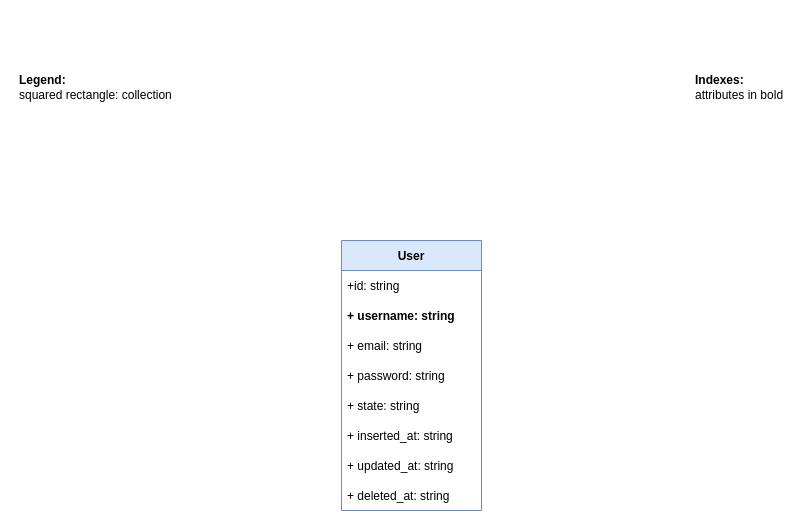
Before: napps/db_collections/assets/user_db.drawio.xml in kytos-ng/kytos-ng.github.io, a draw.io diagram. Source tidied: cells renumbered, new cells numbered last; positions are measured from the earlier drawing's top-left corner, leaving out a move shared by most shapes. Both pictures are drawn from the tidied source at 100%, with x=0, y=0 at pixel (17, 16).
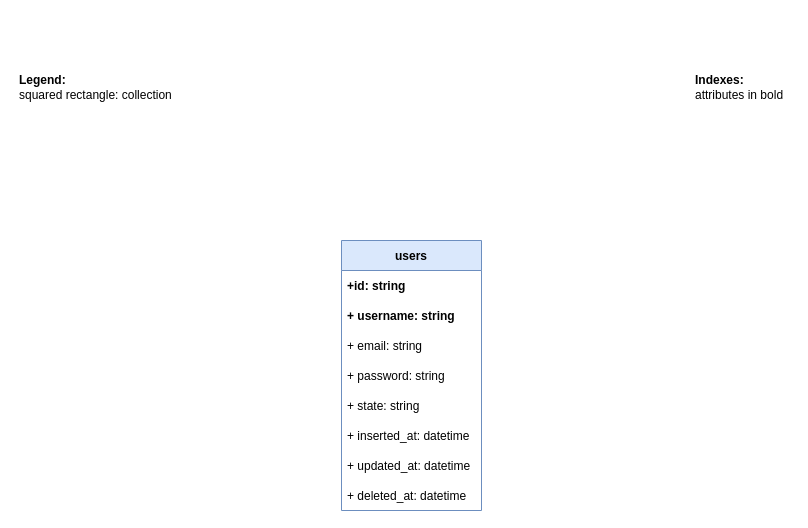
Above is the later version.

Diff of the diagram source:
```diff
@@
 <mxGraphModel>
   <root>
     <mxCell id="0" />
     <mxCell id="1" parent="0" />
-    <mxCell id="2" value="User" style="swimlane;fontStyle=1;horizontal=1;startSize=30;strokeColor=#6C8EBF;fillColor=#DAE8FC;" parent="1" vertex="1">
+    <mxCell id="2" value="users" style="swimlane;fontStyle=1;horizontal=1;startSize=30;strokeColor=#6C8EBF;fillColor=#DAE8FC;" parent="1" vertex="1">
       <mxGeometry x="324" y="224" width="140" height="270" as="geometry" />
     </mxCell>
-    <mxCell id="3" value="+id: string" style="text;strokeColor=none;fillColor=none;align=left;verticalAlign=middle;spacingLeft=4;spacingRight=4;overflow=hidden;fontStyle=0;" parent="2" vertex="1">
+    <mxCell id="3" value="+id: string" style="text;strokeColor=none;fillColor=none;align=left;verticalAlign=middle;spacingLeft=4;spacingRight=4;overflow=hidden;fontStyle=1;" parent="2" vertex="1">
       <mxGeometry y="30" width="140" height="30" as="geometry" />
     </mxCell>
     <mxCell id="4" value="+ username: string" style="text;strokeColor=none;fillColor=none;align=left;verticalAlign=middle;spacingLeft=4;spacingRight=4;overflow=hidden;fontStyle=1;" parent="2" vertex="1">
       <mxGeometry y="60" width="140" height="30" as="geometry" />
     </mxCell>
     <mxCell id="5" value="+ email: string" style="text;strokeColor=none;fillColor=none;align=left;verticalAlign=middle;spacingLeft=4;spacingRight=4;overflow=hidden;" parent="2" vertex="1">
       <mxGeometry y="90" width="140" height="30" as="geometry" />
     </mxCell>
     <mxCell id="6" value="+ password: string" style="text;strokeColor=none;fillColor=none;align=left;verticalAlign=middle;spacingLeft=4;spacingRight=4;overflow=hidden;fontStyle=0;" parent="2" vertex="1">
       <mxGeometry y="120" width="140" height="30" as="geometry" />
     </mxCell>
     <mxCell id="7" value="+ state: string" style="text;strokeColor=none;fillColor=none;align=left;verticalAlign=middle;spacingLeft=4;spacingRight=4;overflow=hidden;" parent="2" vertex="1">
       <mxGeometry y="150" width="140" height="30" as="geometry" />
     </mxCell>
-    <mxCell id="8" value="+ inserted_at: string" style="text;strokeColor=none;fillColor=none;align=left;verticalAlign=middle;spacingLeft=4;spacingRight=4;overflow=hidden;" parent="2" vertex="1">
+    <mxCell id="8" value="+ inserted_at: datetime" style="text;strokeColor=none;fillColor=none;align=left;verticalAlign=middle;spacingLeft=4;spacingRight=4;overflow=hidden;" parent="2" vertex="1">
       <mxGeometry y="180" width="140" height="30" as="geometry" />
     </mxCell>
-    <mxCell id="9" value="+ updated_at: string" style="text;strokeColor=none;fillColor=none;align=left;verticalAlign=middle;spacingLeft=4;spacingRight=4;overflow=hidden;" parent="2" vertex="1">
+    <mxCell id="9" value="+ updated_at: datetime" style="text;strokeColor=none;fillColor=none;align=left;verticalAlign=middle;spacingLeft=4;spacingRight=4;overflow=hidden;" parent="2" vertex="1">
       <mxGeometry y="210" width="140" height="30" as="geometry" />
     </mxCell>
-    <mxCell id="10" value="+ deleted_at: string" style="text;strokeColor=none;fillColor=none;align=left;verticalAlign=middle;spacingLeft=4;spacingRight=4;overflow=hidden;" parent="2" vertex="1">
+    <mxCell id="10" value="+ deleted_at: datetime" style="text;strokeColor=none;fillColor=none;align=left;verticalAlign=middle;spacingLeft=4;spacingRight=4;overflow=hidden;" parent="2" vertex="1">
       <mxGeometry y="240" width="140" height="30" as="geometry" />
     </mxCell>
     <mxCell id="11" value="&lt;b&gt;Indexes:&lt;/b&gt;&lt;br&gt;attributes in bold" style="text;html=1;strokeColor=none;fillColor=none;align=left;verticalAlign=middle;whiteSpace=wrap;rounded=0;" parent="1" vertex="1">
       <mxGeometry x="676" y="34" width="98" height="73" as="geometry" />
     </mxCell>
     <mxCell id="12" value="&lt;b&gt;Legend:&lt;/b&gt;&lt;br&gt;squared rectangle: collection" style="text;html=1;strokeColor=none;fillColor=none;align=left;verticalAlign=middle;whiteSpace=wrap;rounded=0;" parent="1" vertex="1">
       <mxGeometry y="0.5" width="190" height="140" as="geometry" />
     </mxCell>
   </root>
 </mxGraphModel>
```
